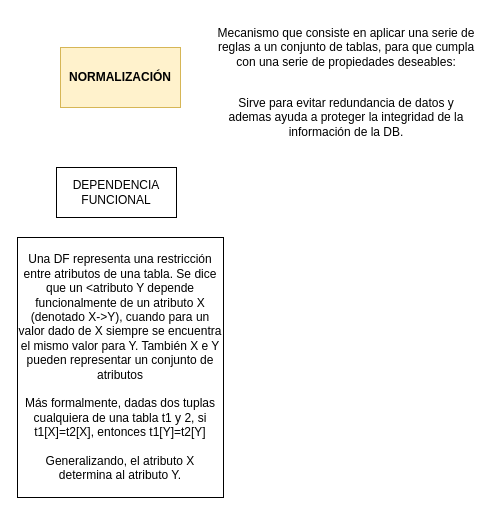
Above: page "Normalización" (6 of 6) of Diagrama-resumen.drawio in senras/DBD (draw.io), before the change. Source tidied: cells renumbered, new cells numbered last; positions are measured from the earlier drawing's top-left corner, leaving out a move shared by most shapes. Both pictures are drawn from the tidied source at 100%, with x=0, y=0 at pixel (17, 17).
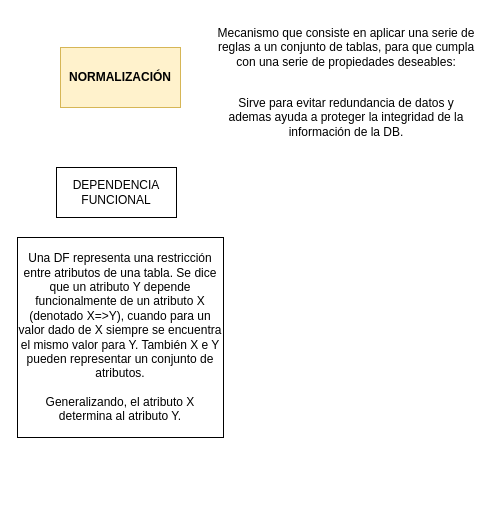
The same diagram, later.

What changed in the source:
```diff
@@
 <mxGraphModel>
   <root>
     <mxCell id="0" />
     <mxCell id="1" parent="0" />
     <mxCell id="2" value="&lt;b&gt;NORMALIZACIÓN&lt;/b&gt;" style="rounded=0;whiteSpace=wrap;html=1;fillColor=#fff2cc;strokeColor=#d6b656;" parent="1" vertex="1">
       <mxGeometry x="43" y="30" width="120" height="60" as="geometry" />
     </mxCell>
     <mxCell id="3" value="Mecanismo que consiste en aplicar una serie de reglas a un conjunto de tablas, para que cumpla con una serie de propiedades deseables:" style="text;html=1;strokeColor=none;fillColor=none;align=center;verticalAlign=middle;whiteSpace=wrap;rounded=0;" parent="1" vertex="1">
       <mxGeometry x="199" width="260" height="60" as="geometry" />
     </mxCell>
     <mxCell id="4" value="Sirve para evitar redundancia de datos y ademas ayuda a proteger la integridad de la información de la DB." style="text;html=1;strokeColor=none;fillColor=none;align=center;verticalAlign=middle;whiteSpace=wrap;rounded=0;" parent="1" vertex="1">
       <mxGeometry x="199" y="80" width="260" height="40" as="geometry" />
     </mxCell>
     <mxCell id="5" value="DEPENDENCIA FUNCIONAL&lt;br&gt;" style="rounded=0;whiteSpace=wrap;html=1;" parent="1" vertex="1">
       <mxGeometry x="39" y="150" width="120" height="50" as="geometry" />
     </mxCell>
-    <mxCell id="6" value="Una DF representa una restricción entre atributos de una tabla. Se dice que un &amp;lt;atributo Y depende funcionalmente de un atributo X (denotado X-&amp;gt;Y), cuando para un valor dado de X siempre se encuentra el mismo valor para Y. También X e Y pueden representar un conjunto de atributos&lt;br&gt;&lt;br&gt;Más formalmente, dadas dos tuplas cualquiera de una tabla t1 y 2, si t1[X]=t2[X], entonces t1[Y]=t2[Y]&lt;br&gt;&lt;br&gt;Generalizando, el atributo X determina al atributo Y." style="rounded=0;whiteSpace=wrap;html=1;" parent="1" vertex="1">
-      <mxGeometry y="220" width="206" height="260" as="geometry" />
+    <mxCell id="6" value="Una DF representa una restricción entre atributos de una tabla. Se dice que un atributo Y depende funcionalmente de un atributo X (denotado X=&amp;gt;Y), cuando para un valor dado de X siempre se encuentra el mismo valor para Y. También X e Y pueden representar un conjunto de atributos.&lt;br&gt;&lt;br&gt;Generalizando, el atributo X determina al atributo Y." style="rounded=0;whiteSpace=wrap;html=1;" parent="1" vertex="1">
+      <mxGeometry y="220" width="206" height="200" as="geometry" />
     </mxCell>
   </root>
 </mxGraphModel>
```
